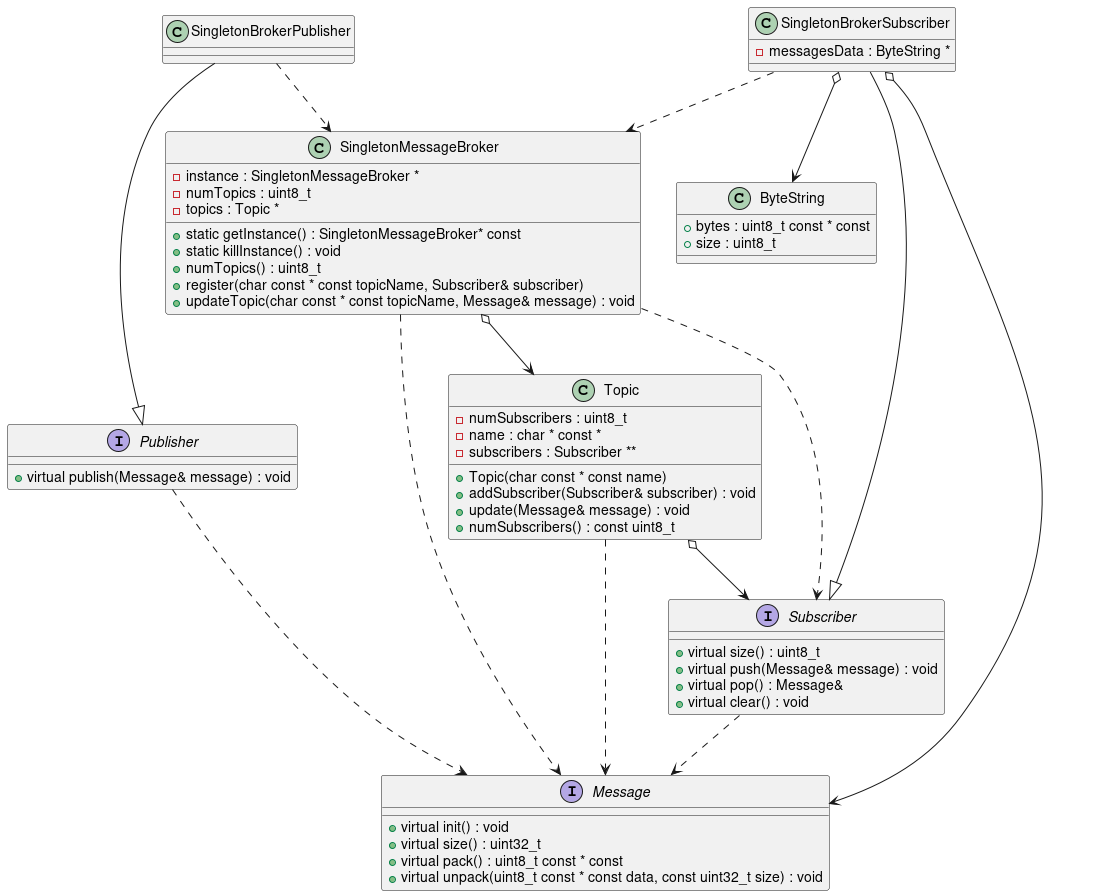
This is design/message-classes.png from The-Arkitekt/the-robot, a PlantUML export, as it was before one commit.
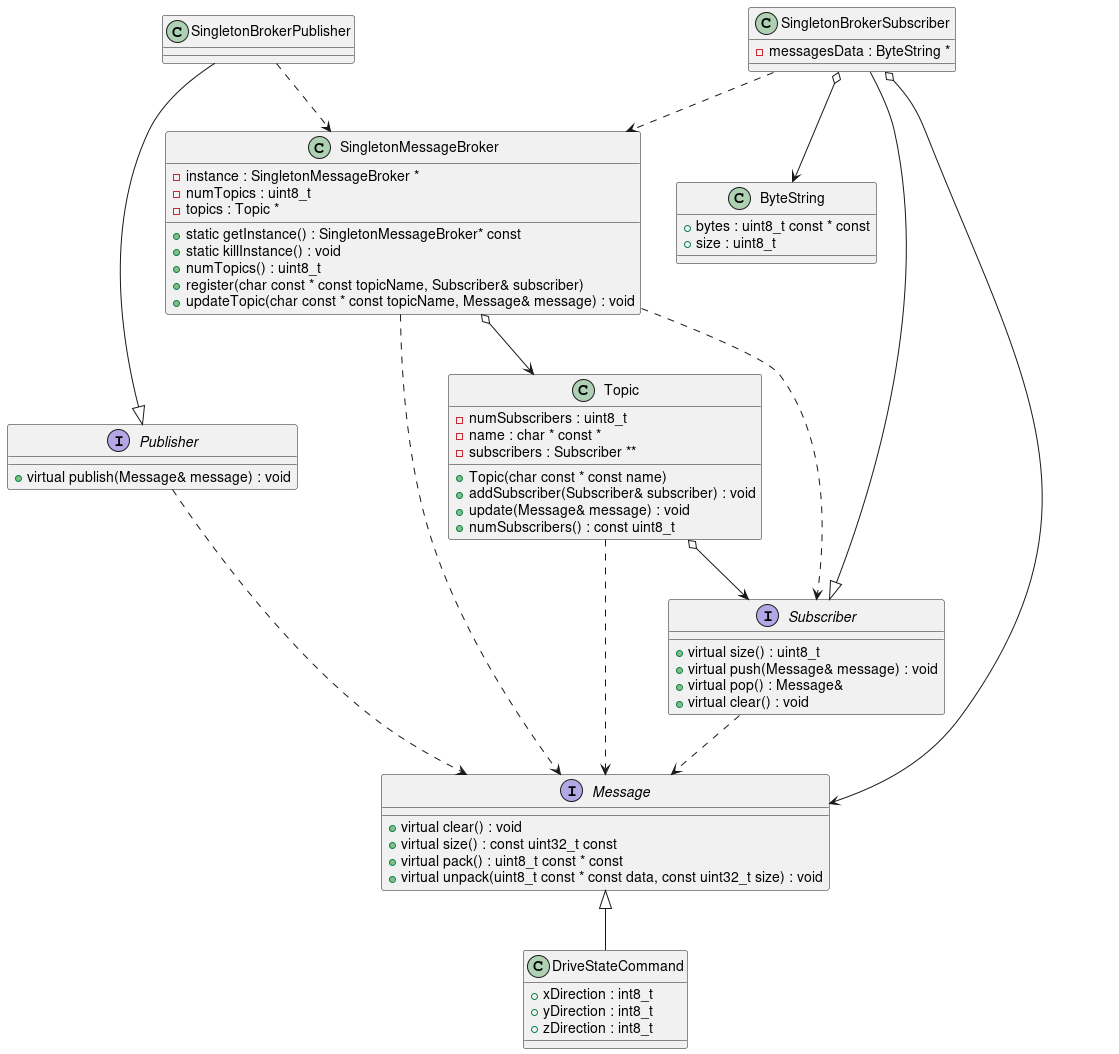
The same file after the commit.

Diff of the diagram source:
```diff
@@ -15,10 +15,17 @@
 
 interface Message
 {
-  + virtual init() : void
-  + virtual size() : uint32_t
+  + virtual clear() : void
+  + virtual size() : const uint32_t const
   + virtual pack() : uint8_t const * const
   + virtual unpack(uint8_t const * const data, const uint32_t size) : void
+}
+
+class DriveStateCommand
+{
+  + xDirection : int8_t
+  + yDirection : int8_t
+  + zDirection : int8_t
 }
 
 class SingletonBrokerPublisher
@@ -80,4 +87,6 @@
 Topic o--> Subscriber
 Topic ..> Message
 
+DriveStateCommand -up-|> Message
+
 @enduml
```
